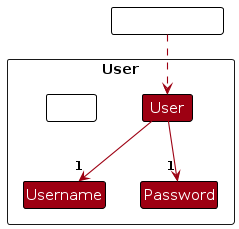
zhonghan721/tp keeps this PlantUML diagram as diagrams/UserClassDiagram.png. Above is the earlier version. Its source is kept beside it as diagrams/UserClassDiagram.puml.
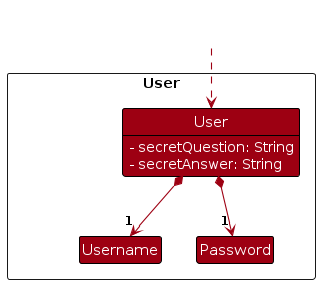
The same file after the commit.

The edit, as a diff of the source:
```diff
@@ -3,20 +3,26 @@
 skinparam arrowThickness 1.1
 skinparam arrowColor MODEL_COLOR
 skinparam classBackgroundColor MODEL_COLOR
+skinparam classAttributeIconSize 0
 
 Package User as ModelPackage <<Rectangle>>{
-Class User
+Class User {
+<color: #FFFFFF>- secretQuestion: String<color: #FFFFFF>
+<color: #FFFFFF>- secretAnswer: String
+}
+
 Class Username
 Class Password
 
-Class I #FFFFFF
+Class I<<HIDDEN>> #FFFFFF
 }
 
-Class HiddenOutside #FFFFFF
+Class HiddenOutside<<HIDDEN>> #FFFFFF
 HiddenOutside .down.> User
 
-User --> "1" Username
-User --> "1" Password
+User *--> "1" Username
+User *--> "1" Password
 
+show User fields
 
 @enduml
```
